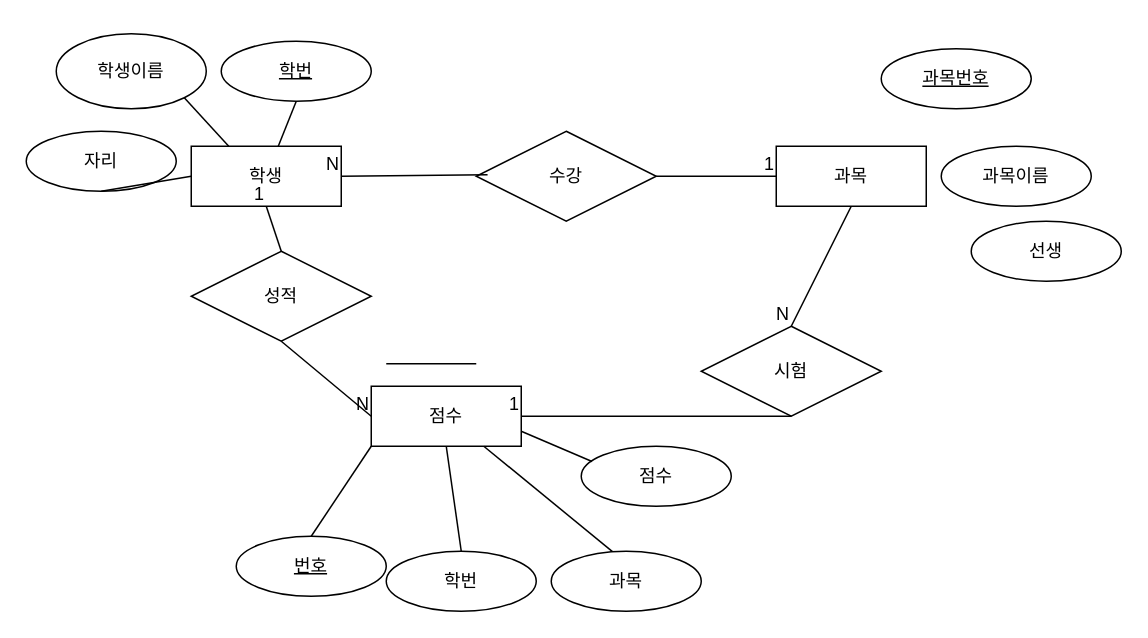
This is 제목 없는 다이어그램.drawio from soijeongg/diagram, a draw.io file, before an edit. Source tidied: cells renumbered, new cells numbered last; positions are measured from the earlier drawing's top-left corner, leaving out a move shared by most shapes. Both pictures are drawn from the tidied source at 150%, with x=0, y=0 at pixel (26, 33).
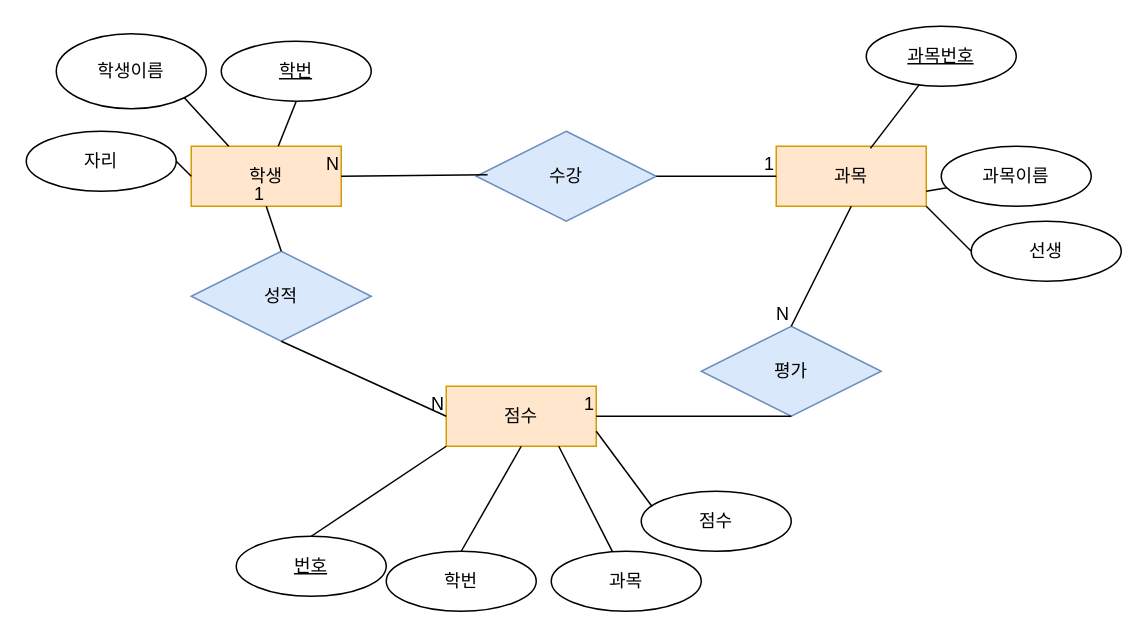
After the change.

Commit message:
제목 없는 다이어그램.drawio 업데이트

The change refers to these unchanged cells:
```xml
<mxCell id="10" value="자리" style="ellipse;whiteSpace=wrap;html=1;align=center;" parent="1" vertex="1">
  <mxGeometry y="65" width="100" height="40" as="geometry" />
</mxCell>
<mxCell id="24" value="과목이름" style="ellipse;whiteSpace=wrap;html=1;align=center;" parent="1" vertex="1">
  <mxGeometry x="610" y="75" width="100" height="40" as="geometry" />
</mxCell>
<mxCell id="25" value="선생" style="ellipse;whiteSpace=wrap;html=1;align=center;" parent="1" vertex="1">
  <mxGeometry x="630" y="125" width="100" height="40" as="geometry" />
</mxCell>
```

Change to the diagram source:
```diff
@@
-    <mxCell id="2" value="학생" style="whiteSpace=wrap;html=1;align=center;" parent="1" vertex="1">
+    <mxCell id="2" value="학생" style="whiteSpace=wrap;html=1;align=center;fillColor=#ffe6cc;strokeColor=#d79b00;" parent="1" vertex="1">
       <mxGeometry x="110" y="75" width="100" height="40" as="geometry" />
     </mxCell>
-    <mxCell id="3" value="점수" style="whiteSpace=wrap;html=1;align=center;" parent="1" vertex="1">
-      <mxGeometry x="230" y="235" width="100" height="40" as="geometry" />
+    <mxCell id="3" value="점수" style="whiteSpace=wrap;html=1;align=center;fillColor=#ffe6cc;strokeColor=#d79b00;" parent="1" vertex="1">
+      <mxGeometry x="280" y="235" width="100" height="40" as="geometry" />
     </mxCell>
-    <mxCell id="4" value="과목" style="whiteSpace=wrap;html=1;align=center;" parent="1" vertex="1">
+    <mxCell id="4" value="과목" style="whiteSpace=wrap;html=1;align=center;fillColor=#ffe6cc;strokeColor=#d79b00;" parent="1" vertex="1">
       <mxGeometry x="500" y="75" width="100" height="40" as="geometry" />
     </mxCell>
-    <mxCell id="5" value="수강" style="shape=rhombus;perimeter=rhombusPerimeter;whiteSpace=wrap;html=1;align=center;" parent="1" vertex="1">
+    <mxCell id="5" value="수강" style="shape=rhombus;perimeter=rhombusPerimeter;whiteSpace=wrap;html=1;align=center;fillColor=#dae8fc;strokeColor=#6c8ebf;" parent="1" vertex="1">
       <mxGeometry x="300" y="65" width="120" height="60" as="geometry" />
     </mxCell>
-    <mxCell id="6" value="성적" style="shape=rhombus;perimeter=rhombusPerimeter;whiteSpace=wrap;html=1;align=center;" parent="1" vertex="1">
+    <mxCell id="6" value="성적" style="shape=rhombus;perimeter=rhombusPerimeter;whiteSpace=wrap;html=1;align=center;fillColor=#dae8fc;strokeColor=#6c8ebf;" parent="1" vertex="1">
       <mxGeometry x="110" y="145" width="120" height="60" as="geometry" />
     </mxCell>
-    <mxCell id="7" value="시험" style="shape=rhombus;perimeter=rhombusPerimeter;whiteSpace=wrap;html=1;align=center;" parent="1" vertex="1">
+    <mxCell id="7" value="평가" style="shape=rhombus;perimeter=rhombusPerimeter;whiteSpace=wrap;html=1;align=center;fillColor=#dae8fc;strokeColor=#6c8ebf;" parent="1" vertex="1">
       <mxGeometry x="450" y="195" width="120" height="60" as="geometry" />
     </mxCell>
@@
     <mxCell id="23" value="과목번호" style="ellipse;whiteSpace=wrap;html=1;align=center;fontStyle=4;" parent="1" vertex="1">
-      <mxGeometry x="570" y="10" width="100" height="40" as="geometry" />
+      <mxGeometry x="560" y="-5" width="100" height="40" as="geometry" />
     </mxCell>
@@
     <mxCell id="29" value="점수" style="ellipse;whiteSpace=wrap;html=1;align=center;" parent="1" vertex="1">
-      <mxGeometry x="370" y="275" width="100" height="40" as="geometry" />
+      <mxGeometry x="410" y="305" width="100" height="40" as="geometry" />
     </mxCell>
@@
-    <mxCell id="36" style="endArrow=none;html=1;rounded=0;entryX=0.5;entryY=1;entryDx=0;entryDy=0;exitX=0;exitY=0.5;exitDx=0;exitDy=0;" parent="1" edge="1" source="2" target="10">
+    <mxCell id="36" style="endArrow=none;html=1;rounded=0;entryX=1;entryY=0.5;entryDx=0;entryDy=0;exitX=0;exitY=0.5;exitDx=0;exitDy=0;" parent="1" edge="1" source="2" target="10">
       <mxGeometry relative="1" as="geometry" />
     </mxCell>
-    <mxCell id="37" style="line;strokeWidth=1;dashed=0;labelPosition=right;align=left;verticalAlign=middle;spacingTop=0;spacingLeft=6;" parent="1" vertex="1">
-      <mxGeometry x="240" y="215" width="60" height="10" as="geometry" />
-    </mxCell>
+    <mxCell id="38" style="endArrow=none;html=1;rounded=0;exitX=0.628;exitY=0.035;exitDx=0;exitDy=0;exitPerimeter=0;" parent="1" edge="1" source="4" target="23">
+      <mxGeometry relative="1" as="geometry" />
+    </mxCell>
+    <mxCell id="39" style="endArrow=none;html=1;rounded=0;exitX=1;exitY=0.75;exitDx=0;exitDy=0;" parent="1" edge="1" source="4" target="24">
+      <mxGeometry relative="1" as="geometry" />
+    </mxCell>
+    <mxCell id="40" style="endArrow=none;html=1;rounded=0;entryX=0;entryY=0.5;entryDx=0;entryDy=0;exitX=1;exitY=1;exitDx=0;exitDy=0;" parent="1" edge="1" source="4" target="25">
+      <mxGeometry relative="1" as="geometry" />
+    </mxCell>
```
